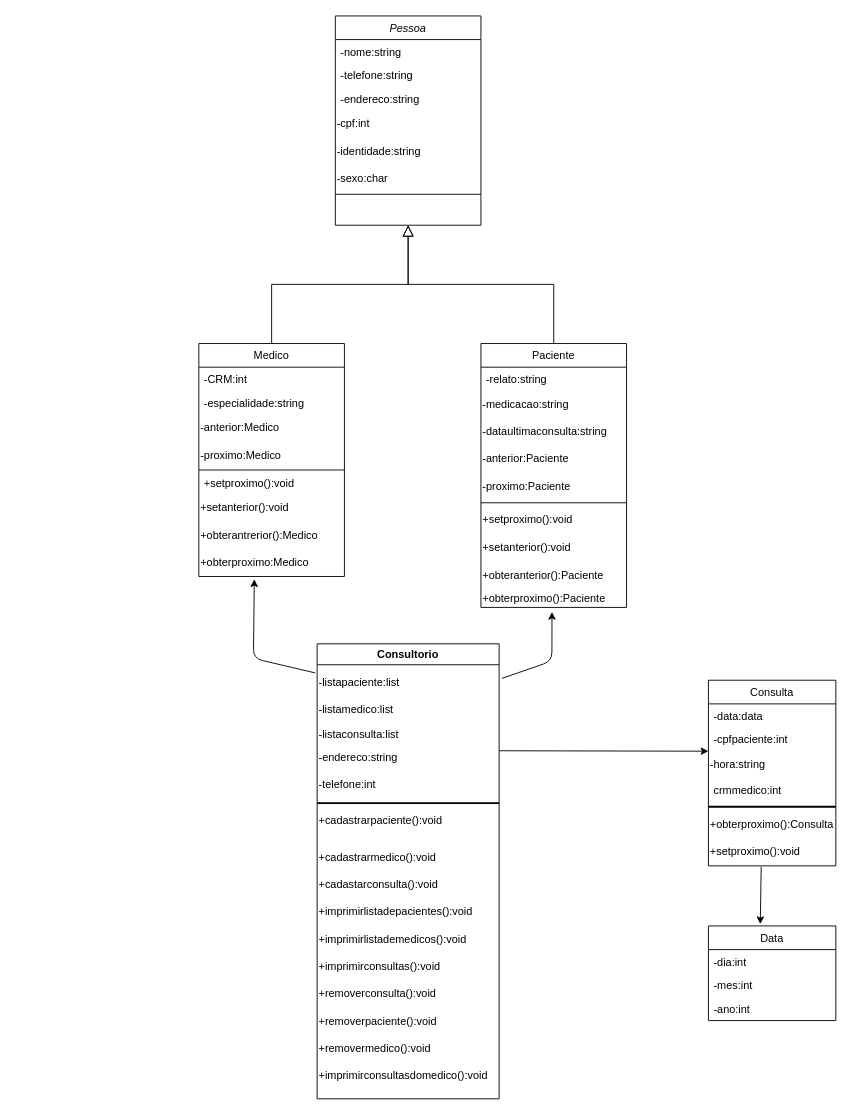
Earlier version of the draw.io diagram Diagrama do consultorio medico.drawio (frankleitelemoscosta/Orientacao-a-objeto). Source tidied: cells renumbered, new cells numbered last; positions are measured from the earlier drawing's top-left corner, leaving out a move shared by most shapes. Both pictures are drawn from the tidied source at 91%, with x=0, y=0 at pixel (198, 15).
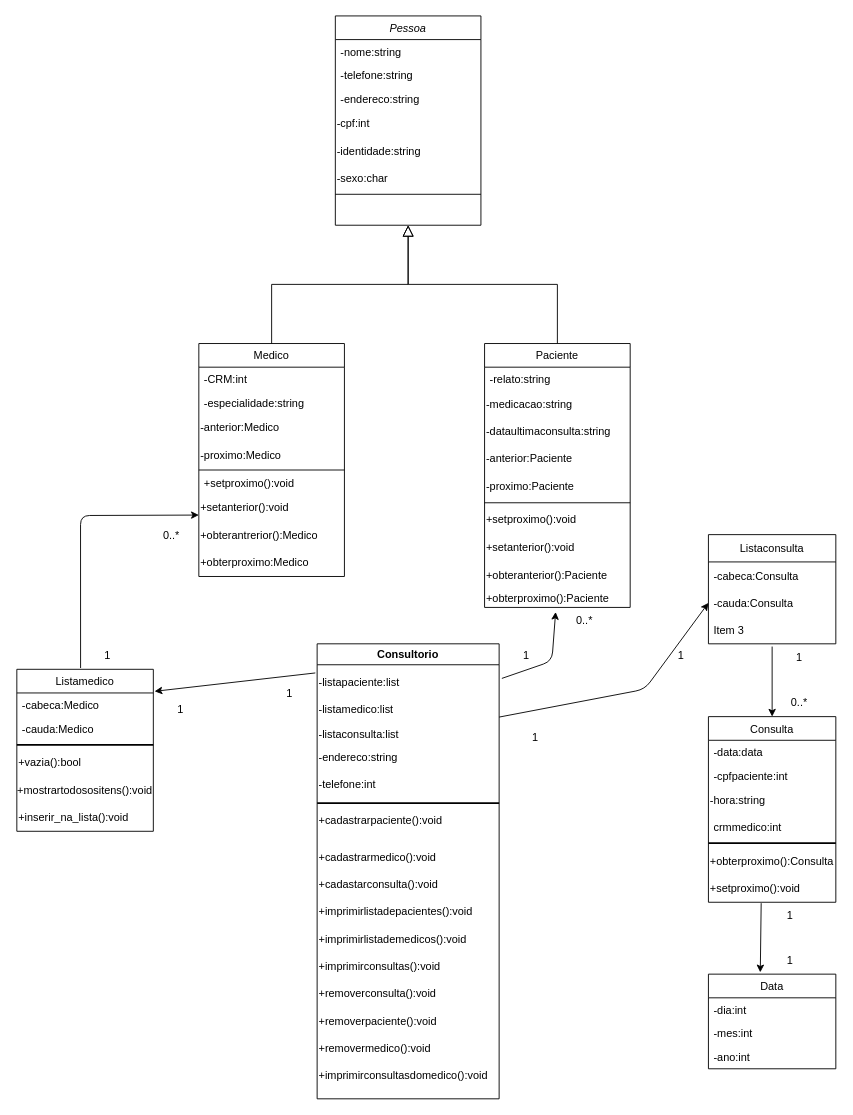
The same diagram, later.

Commit message:
adicionando as listas ao diagrama,adding lists for diagram

The change refers to these unchanged cells:
```xml
<mxCell id="17" value="+setanterior():void" style="text;html=1;strokeColor=none;fillColor=none;align=left;verticalAlign=middle;whiteSpace=wrap;rounded=0;" parent="10" vertex="1">
  <mxGeometry y="166" width="160" height="30" as="geometry" />
</mxCell>
<mxCell id="19" value="+obterproximo:Medico" style="text;html=1;align=left;verticalAlign=middle;points=[];strokeColor=none;fillColor=none;" parent="10" vertex="1">
  <mxGeometry y="226" width="160" height="30" as="geometry" />
</mxCell>
<mxCell id="33" value="Consultorio" style="swimlane;align=center;" parent="1" vertex="1">
  <mxGeometry x="130" y="690" width="200" height="500" as="geometry" />
</mxCell>
<mxCell id="35" value="-listamedico:list" style="text;html=1;strokeColor=none;fillColor=none;align=left;verticalAlign=middle;whiteSpace=wrap;rounded=0;" parent="33" vertex="1">
  <mxGeometry y="58" width="200" height="30" as="geometry" />
</mxCell>
<mxCell id="38" value="-endereco:string" style="text;html=1;strokeColor=none;fillColor=none;align=left;verticalAlign=middle;whiteSpace=wrap;rounded=0;" parent="33" vertex="1">
  <mxGeometry y="110" width="200" height="30" as="geometry" />
</mxCell>
<mxCell id="55" value="-hora:string" style="text;html=1;strokeColor=none;fillColor=none;align=left;verticalAlign=middle;whiteSpace=wrap;rounded=0;" parent="52" vertex="1">
  <mxGeometry y="78" width="140" height="30" as="geometry" />
</mxCell>
```

The edit, as a diff of the source:
```diff
@@
     <mxCell id="21" value="Paciente" style="swimlane;fontStyle=0;align=center;verticalAlign=top;horizontal=1;startSize=26;rounded=0;shadow=0;strokeWidth=1;" parent="1" vertex="1">
-      <mxGeometry x="310" y="360" width="160" height="290" as="geometry" />
+      <mxGeometry x="314" y="360" width="160" height="290" as="geometry" />
     </mxCell>
@@
-    <mxCell id="46" style="endArrow=classic;html=1;exitX=-0.01;exitY=0.064;exitDx=0;exitDy=0;exitPerimeter=0;entryX=0.381;entryY=1.1;entryDx=0;entryDy=0;entryPerimeter=0;" parent="1" edge="1" source="33" target="19">
-      <mxGeometry relative="1" as="geometry">
-        <Array as="points">
-          <mxPoint x="60" y="706" />
-        </Array>
-      </mxGeometry>
+    <mxCell id="46" style="endArrow=classic;html=1;exitX=-0.01;exitY=0.064;exitDx=0;exitDy=0;exitPerimeter=0;entryX=1.009;entryY=0.136;entryDx=0;entryDy=0;entryPerimeter=0;" parent="1" edge="1" source="33" target="79">
+      <mxGeometry relative="1" as="geometry" />
     </mxCell>
@@
     <mxCell id="52" value="Consulta" style="swimlane;fontStyle=0;horizontal=1;startSize=26;fillColor=none;" parent="1" vertex="1">
-      <mxGeometry x="560" y="730" width="140" height="204" as="geometry" />
+      <mxGeometry x="560" y="770" width="140" height="204" as="geometry" />
     </mxCell>
@@
-    <mxCell id="60" style="endArrow=classic;html=1;exitX=1;exitY=0.25;exitDx=0;exitDy=0;entryX=0;entryY=0;entryDx=0;entryDy=0;" parent="1" edge="1" source="38" target="55">
+    <mxCell id="60" style="endArrow=classic;html=1;entryX=0.5;entryY=0;entryDx=0;entryDy=0;exitX=0.5;exitY=1.1;exitDx=0;exitDy=0;exitPerimeter=0;" parent="1" edge="1" source="73" target="52">
       <mxGeometry relative="1" as="geometry" />
     </mxCell>
     <mxCell id="61" value="Data" style="swimlane;fontStyle=0;horizontal=1;startSize=26;fillColor=none;" parent="1" vertex="1">
-      <mxGeometry x="560" y="1000" width="140" height="104" as="geometry" />
+      <mxGeometry x="560" y="1053" width="140" height="104" as="geometry" />
     </mxCell>
@@
+    <mxCell id="66" value="1" style="text;html=1;strokeColor=none;fillColor=none;align=center;verticalAlign=middle;whiteSpace=wrap;rounded=0;" parent="1" vertex="1">
+      <mxGeometry x="630" y="690" width="60" height="30" as="geometry" />
+    </mxCell>
+    <mxCell id="67" value="0..*" style="text;html=1;strokeColor=none;fillColor=none;align=center;verticalAlign=middle;whiteSpace=wrap;rounded=0;" parent="1" vertex="1">
+      <mxGeometry x="630" y="740" width="60" height="30" as="geometry" />
+    </mxCell>
+    <mxCell id="68" value="1" style="text;html=1;strokeColor=none;fillColor=none;align=center;verticalAlign=middle;whiteSpace=wrap;rounded=0;" parent="1" vertex="1">
+      <mxGeometry x="330" y="688" width="60" height="30" as="geometry" />
+    </mxCell>
+    <mxCell id="69" value="0..*" style="text;html=1;strokeColor=none;fillColor=none;align=center;verticalAlign=middle;whiteSpace=wrap;rounded=0;" parent="1" vertex="1">
+      <mxGeometry x="394" y="650" width="60" height="30" as="geometry" />
+    </mxCell>
+    <mxCell id="70" value="Listaconsulta" style="swimlane;fontStyle=0;horizontal=1;startSize=30;" parent="1" vertex="1">
+      <mxGeometry x="560" y="570" width="140" height="120" as="geometry" />
+    </mxCell>
+    <mxCell id="71" value="-cabeca:Consulta" style="text;strokeColor=none;fillColor=none;align=left;verticalAlign=middle;spacingLeft=4;spacingRight=4;overflow=hidden;" parent="70" vertex="1">
+      <mxGeometry y="30" width="140" height="30" as="geometry" />
+    </mxCell>
+    <mxCell id="72" value="-cauda:Consulta" style="text;strokeColor=none;fillColor=none;align=left;verticalAlign=middle;spacingLeft=4;spacingRight=4;overflow=hidden;points=[[0,0.5],[1,0.5]];portConstraint=eastwest;" parent="70" vertex="1">
+      <mxGeometry y="60" width="140" height="30" as="geometry" />
+    </mxCell>
+    <mxCell id="73" value="Item 3" style="text;strokeColor=none;fillColor=none;align=left;verticalAlign=middle;spacingLeft=4;spacingRight=4;overflow=hidden;points=[[0,0.5],[1,0.5]];portConstraint=eastwest;" parent="70" vertex="1">
+      <mxGeometry y="90" width="140" height="30" as="geometry" />
+    </mxCell>
+    <mxCell id="74" style="endArrow=classic;html=1;exitX=1;exitY=0.75;exitDx=0;exitDy=0;entryX=0;entryY=0.5;entryDx=0;entryDy=0;" parent="1" edge="1" source="35" target="72">
+      <mxGeometry relative="1" as="geometry">
+        <Array as="points">
+          <mxPoint x="490" y="740" />
+        </Array>
+      </mxGeometry>
+    </mxCell>
+    <mxCell id="75" value="1" style="text;html=1;strokeColor=none;fillColor=none;align=center;verticalAlign=middle;whiteSpace=wrap;rounded=0;" parent="1" vertex="1">
+      <mxGeometry x="340" y="778" width="60" height="30" as="geometry" />
+    </mxCell>
+    <mxCell id="76" value="1" style="text;html=1;strokeColor=none;fillColor=none;align=center;verticalAlign=middle;whiteSpace=wrap;rounded=0;" parent="1" vertex="1">
+      <mxGeometry x="500" y="688" width="60" height="30" as="geometry" />
+    </mxCell>
+    <mxCell id="77" value="1" style="text;html=1;strokeColor=none;fillColor=none;align=center;verticalAlign=middle;whiteSpace=wrap;rounded=0;" parent="1" vertex="1">
+      <mxGeometry x="620" y="974" width="60" height="30" as="geometry" />
+    </mxCell>
+    <mxCell id="78" value="1" style="text;html=1;strokeColor=none;fillColor=none;align=center;verticalAlign=middle;whiteSpace=wrap;rounded=0;" parent="1" vertex="1">
+      <mxGeometry x="620" y="1023" width="60" height="30" as="geometry" />
+    </mxCell>
+    <mxCell id="79" value="Listamedico" style="swimlane;fontStyle=0;horizontal=1;startSize=26;fillColor=none;" parent="1" vertex="1">
+      <mxGeometry x="-200" y="718" width="150" height="178" as="geometry" />
+    </mxCell>
+    <mxCell id="80" value="-cabeca:Medico" style="text;strokeColor=none;fillColor=none;align=left;verticalAlign=top;spacingLeft=4;spacingRight=4;overflow=hidden;" parent="79" vertex="1">
+      <mxGeometry y="26" width="150" height="26" as="geometry" />
+    </mxCell>
+    <mxCell id="81" value="-cauda:Medico" style="text;strokeColor=none;fillColor=none;align=left;verticalAlign=top;spacingLeft=4;spacingRight=4;overflow=hidden;" parent="79" vertex="1">
+      <mxGeometry y="52" width="150" height="26" as="geometry" />
+    </mxCell>
+    <mxCell id="82" style="line;strokeWidth=2;html=1;" parent="79" vertex="1">
+      <mxGeometry y="78" width="150" height="10" as="geometry" />
+    </mxCell>
+    <mxCell id="83" value="+vazia():bool" style="text;html=1;strokeColor=none;fillColor=none;align=left;verticalAlign=middle;whiteSpace=wrap;rounded=0;" parent="79" vertex="1">
+      <mxGeometry y="88" width="150" height="30" as="geometry" />
+    </mxCell>
+    <mxCell id="84" value="+mostrartodosositens():void" style="text;html=1;strokeColor=none;fillColor=none;align=center;verticalAlign=middle;whiteSpace=wrap;rounded=0;" parent="79" vertex="1">
+      <mxGeometry y="118" width="150" height="30" as="geometry" />
+    </mxCell>
+    <mxCell id="85" value="+inserir_na_lista():void" style="text;html=1;strokeColor=none;fillColor=none;align=left;verticalAlign=middle;whiteSpace=wrap;rounded=0;" parent="79" vertex="1">
+      <mxGeometry y="148" width="150" height="30" as="geometry" />
+    </mxCell>
+    <mxCell id="86" value="1" style="text;html=1;strokeColor=none;fillColor=none;align=center;verticalAlign=middle;whiteSpace=wrap;rounded=0;" parent="1" vertex="1">
+      <mxGeometry x="70" y="730" width="60" height="30" as="geometry" />
+    </mxCell>
+    <mxCell id="87" value="1" style="text;html=1;strokeColor=none;fillColor=none;align=center;verticalAlign=middle;whiteSpace=wrap;rounded=0;" parent="1" vertex="1">
+      <mxGeometry x="-50" y="748" width="60" height="30" as="geometry" />
+    </mxCell>
+    <mxCell id="88" style="endArrow=classic;html=1;exitX=0.467;exitY=-0.008;exitDx=0;exitDy=0;exitPerimeter=0;entryX=0;entryY=0.75;entryDx=0;entryDy=0;" parent="1" edge="1" source="79" target="17">
+      <mxGeometry relative="1" as="geometry">
+        <Array as="points">
+          <mxPoint x="-130" y="549" />
+        </Array>
+      </mxGeometry>
+    </mxCell>
+    <mxCell id="89" value="1" style="text;html=1;strokeColor=none;fillColor=none;align=center;verticalAlign=middle;whiteSpace=wrap;rounded=0;" parent="1" vertex="1">
+      <mxGeometry x="-130" y="688" width="60" height="30" as="geometry" />
+    </mxCell>
+    <mxCell id="90" value="0..*" style="text;html=1;strokeColor=none;fillColor=none;align=center;verticalAlign=middle;whiteSpace=wrap;rounded=0;" parent="1" vertex="1">
+      <mxGeometry x="-60" y="556" width="60" height="30" as="geometry" />
+    </mxCell>
```
